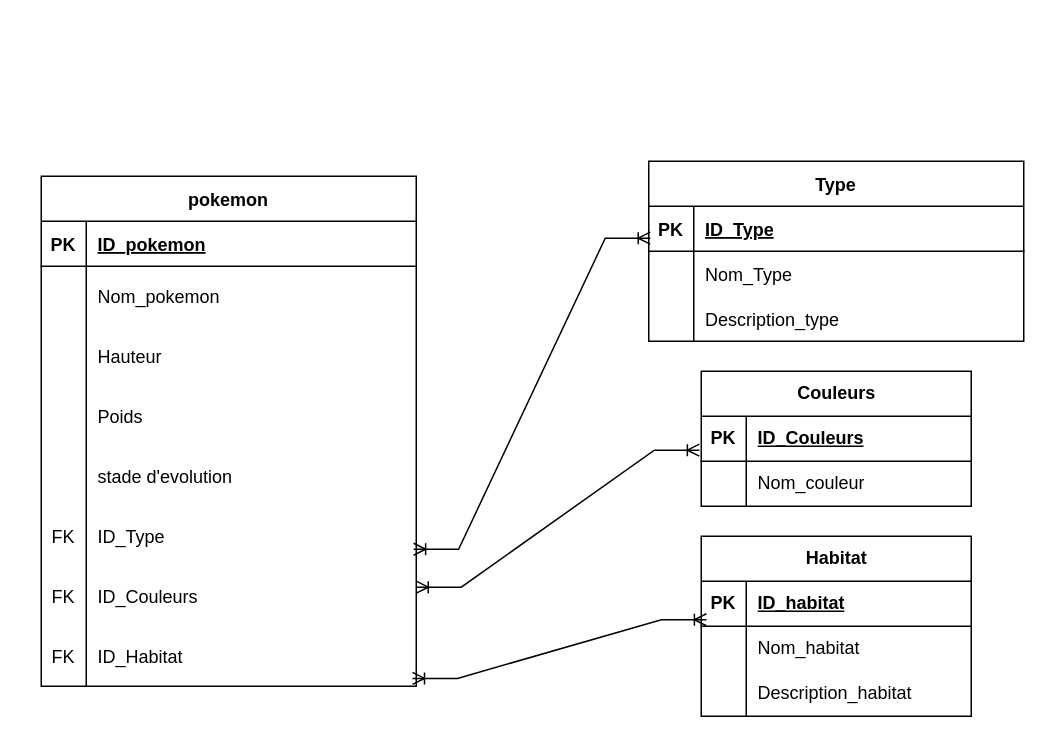
This is Diagramme-pokedex-aj69210.drawio from aj69210/BTS2-CIEL-IR-MCD-2024-2025, a draw.io file, before an edit. Source tidied: cells renumbered, new cells numbered last; positions are measured from the earlier drawing's top-left corner, leaving out a move shared by most shapes. Both pictures are drawn from the tidied source at 150%, with x=0, y=0 at pixel (40, 160).
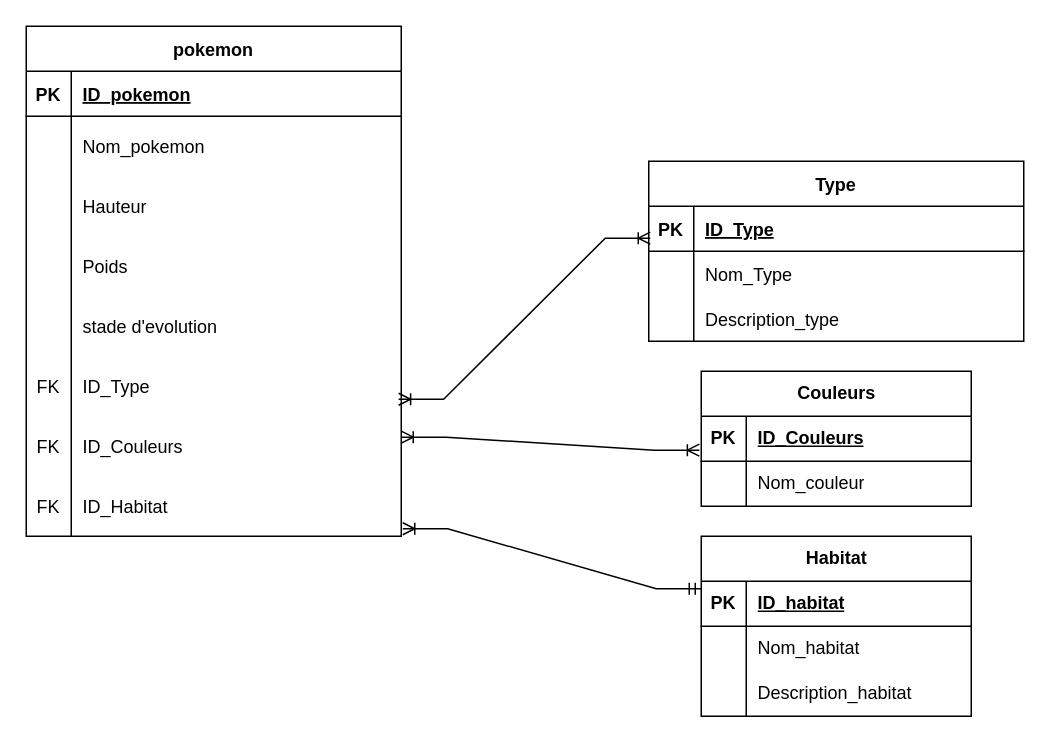
After the change.

Commit message:
Mettre à jour Diagramme-pokedex-aj69210.drawio

Unchanged cells that the change refers to:
```xml
<mxCell id="24" style="shape=partialRectangle;fillColor=none;points=[[0,0.5],[1,0.5]];portConstraint=eastwest;top=0;left=0;right=0;bottom=0;" parent="2" vertex="1">
  <mxGeometry y="300" width="250" height="40" as="geometry" />
</mxCell>
<mxCell id="38" style="shape=tableRow;horizontal=0;startSize=0;swimlaneHead=0;swimlaneBody=0;fillColor=none;points=[[0,0.5],[1,0.5]];portConstraint=eastwest;top=0;left=0;right=0;bottom=1;" parent="37" vertex="1">
  <mxGeometry y="30" width="180" height="30" as="geometry" />
</mxCell>
```

The edit, as a diff of the source:
```diff
@@
     <mxCell id="2" value="pokemon" style="shape=table;startSize=30;childLayout=tableLayout;rowLines=0;fontStyle=1;align=center;" parent="1" vertex="1">
-      <mxGeometry y="10" width="250" height="340" as="geometry" />
+      <mxGeometry x="-10" y="-90" width="250" height="340" as="geometry" />
     </mxCell>
@@
-    <mxCell id="56" style="edgeStyle=entityRelationEdgeStyle;fontSize=12;html=1;endArrow=ERoneToMany;startArrow=ERoneToMany;rounded=0;entryX=0.019;entryY=0.855;entryDx=0;entryDy=0;entryPerimeter=0;exitX=0.99;exitY=0.87;exitDx=0;exitDy=0;exitPerimeter=0;" parent="1" edge="1" source="24" target="38">
-      <mxGeometry relative="1" as="geometry" />
-    </mxCell>
+    <mxCell id="57" style="edgeStyle=entityRelationEdgeStyle;fontSize=12;html=1;endArrow=ERoneToMany;startArrow=ERmandOne;rounded=0;exitX=0;exitY=0.167;exitDx=0;exitDy=0;exitPerimeter=0;entryX=1.004;entryY=0.875;entryDx=0;entryDy=0;entryPerimeter=0;" parent="1" edge="1" source="38" target="24">
+      <mxGeometry relative="1" as="geometry" />
+    </mxCell>
```
